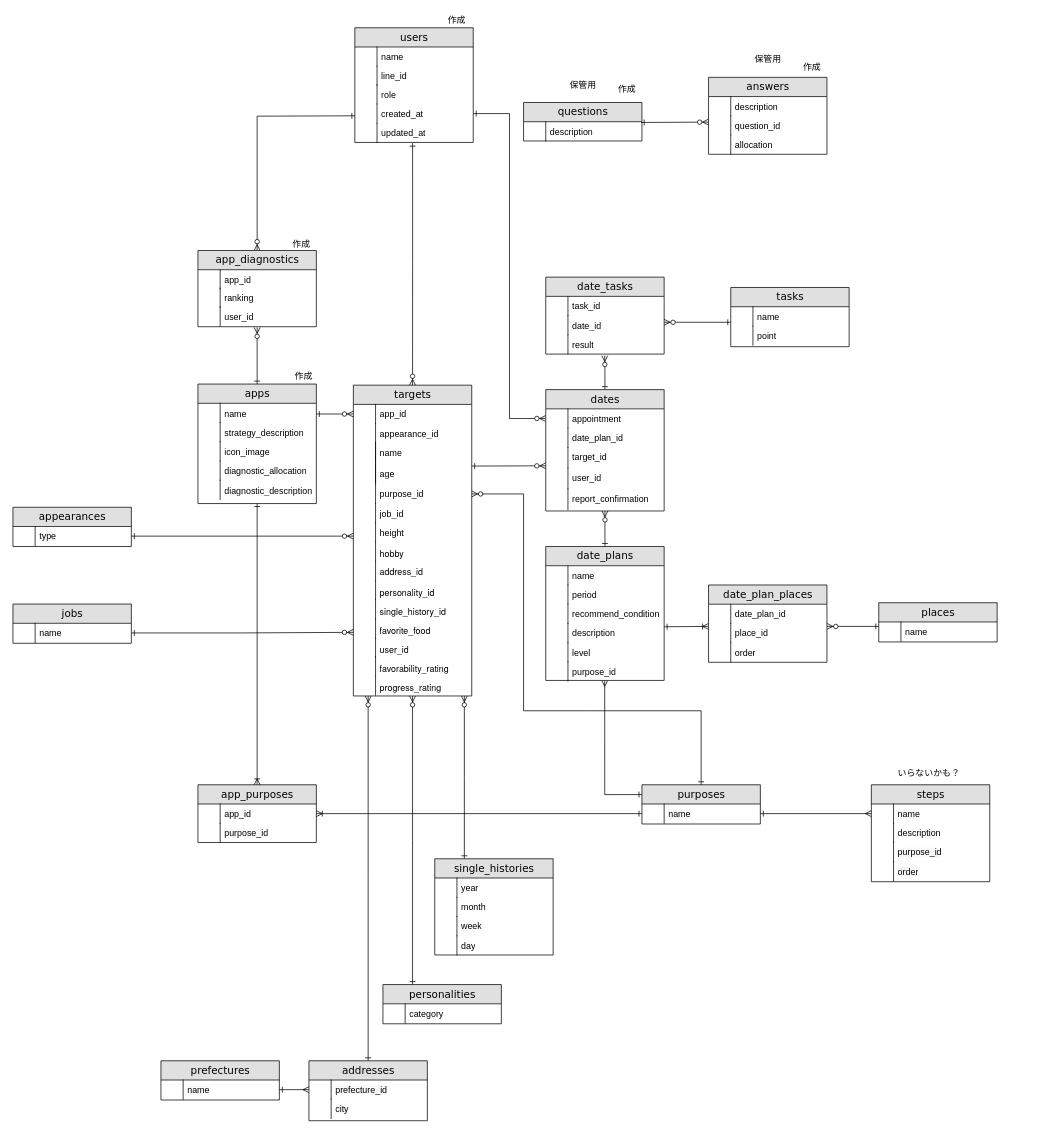
Before: Untitled Diagram.drawio in kstar0102/ryuki0102, a draw.io diagram. Source tidied: cells renumbered, new cells numbered last; positions are measured from the earlier drawing's top-left corner, leaving out a move shared by most shapes. Both pictures are drawn from the tidied source at 74%, with x=0, y=0 at pixel (13, 13).
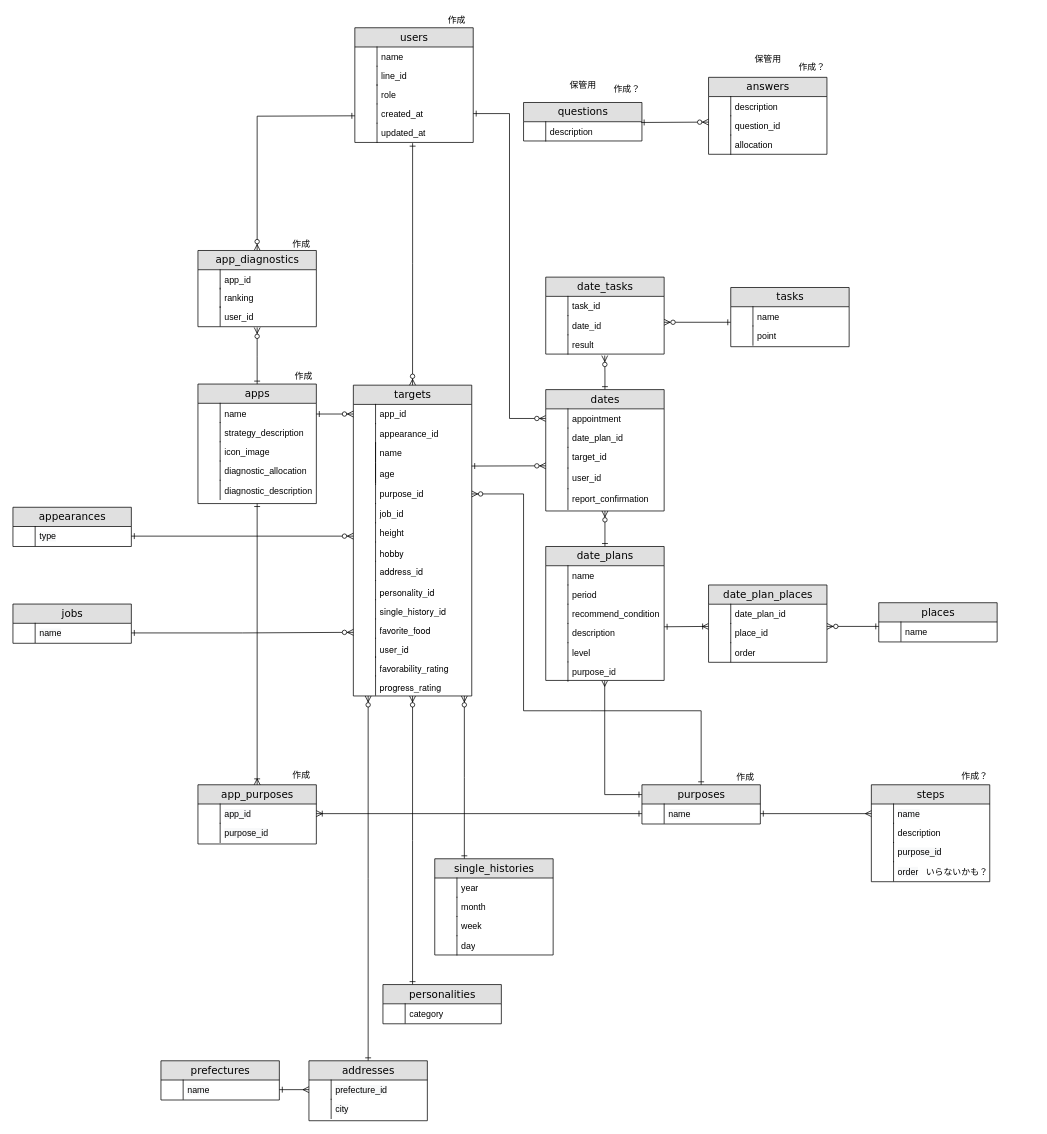
Above is the later version.

What changed in the source:
```diff
@@
     <mxCell id="104" value="app_purposes" style="swimlane;html=1;fontStyle=0;horizontal=1;startSize=26;fillColor=#e0e0e0;swimlaneFillColor=#ffffff;align=center;rounded=0;shadow=0;comic=0;labelBackgroundColor=none;strokeWidth=1;fontFamily=Verdana;fontSize=14;" parent="1" vertex="1">
-      <mxGeometry x="250" y="1043" width="160" height="78" as="geometry" />
+      <mxGeometry x="250" y="1043" width="160" height="80" as="geometry" />
     </mxCell>
@@
-    <mxCell id="189" value="作成" style="text;html=1;strokeColor=none;fillColor=none;align=center;verticalAlign=middle;whiteSpace=wrap;rounded=0;" parent="1" vertex="1">
+    <mxCell id="189" value="作成？" style="text;html=1;strokeColor=none;fillColor=none;align=center;verticalAlign=middle;whiteSpace=wrap;rounded=0;" parent="1" vertex="1">
       <mxGeometry x="810" y="93" width="40" height="20" as="geometry" />
     </mxCell>
-    <mxCell id="190" value="作成" style="text;html=1;strokeColor=none;fillColor=none;align=center;verticalAlign=middle;whiteSpace=wrap;rounded=0;" parent="1" vertex="1">
+    <mxCell id="190" value="作成？" style="text;html=1;strokeColor=none;fillColor=none;align=center;verticalAlign=middle;whiteSpace=wrap;rounded=0;" parent="1" vertex="1">
       <mxGeometry x="1060" y="63" width="40" height="20" as="geometry" />
     </mxCell>
@@
     <mxCell id="193" value="いらないかも？" style="text;html=1;strokeColor=none;fillColor=none;align=center;verticalAlign=middle;whiteSpace=wrap;rounded=0;" parent="1" vertex="1">
-      <mxGeometry x="1183" y="1017" width="110" height="20" as="geometry" />
+      <mxGeometry x="1221" y="1151" width="110" height="20" as="geometry" />
     </mxCell>
+    <mxCell id="194" value="作成" style="text;html=1;strokeColor=none;fillColor=none;align=center;verticalAlign=middle;whiteSpace=wrap;rounded=0;" parent="1" vertex="1">
+      <mxGeometry x="310" y="1021" width="160" height="20" as="geometry" />
+    </mxCell>
+    <mxCell id="195" value="作成" style="text;html=1;strokeColor=none;fillColor=none;align=center;verticalAlign=middle;whiteSpace=wrap;rounded=0;" parent="1" vertex="1">
+      <mxGeometry x="910" y="1023" width="160" height="20" as="geometry" />
+    </mxCell>
+    <mxCell id="196" value="作成？" style="text;html=1;strokeColor=none;fillColor=none;align=center;verticalAlign=middle;whiteSpace=wrap;rounded=0;" parent="1" vertex="1">
+      <mxGeometry x="1220" y="1022" width="160" height="20" as="geometry" />
+    </mxCell>
```
